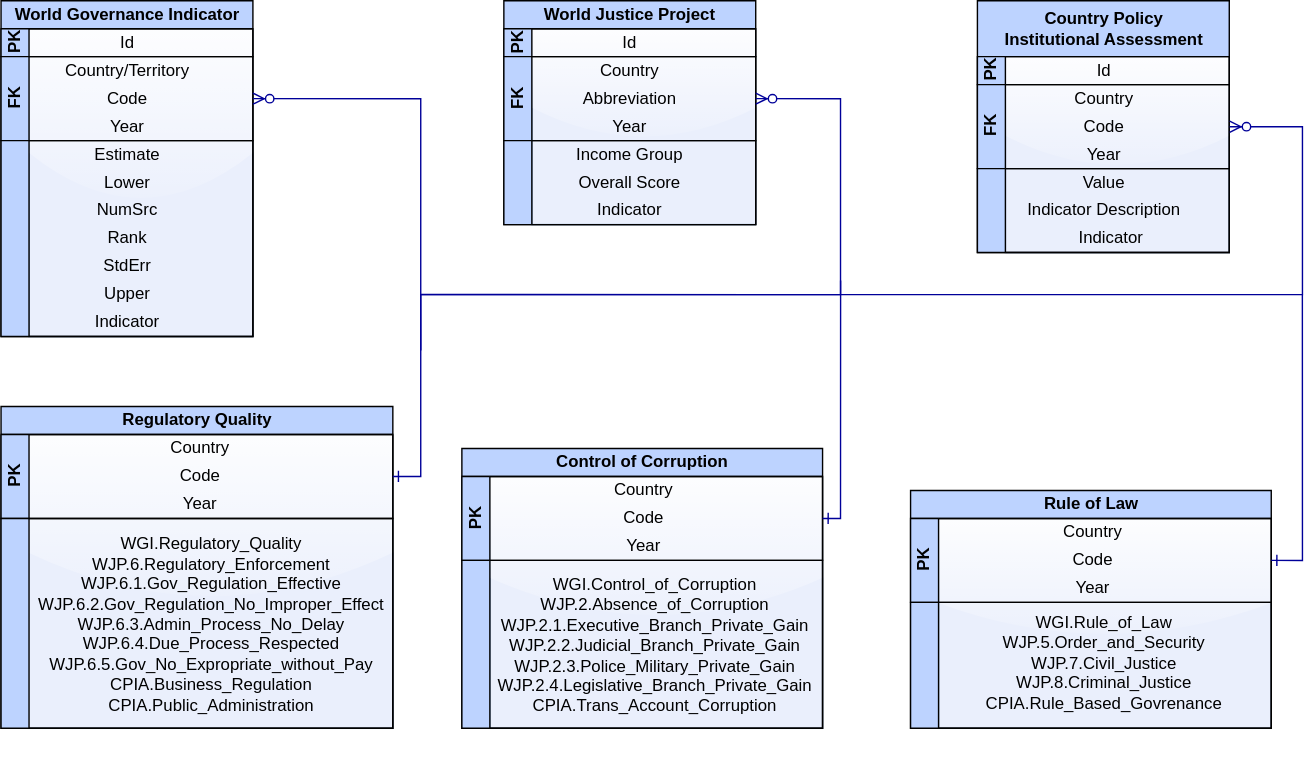
The draw.io diagram pics/Data_Schema.svg in Global-Development-and-Politics-of-Data/Chapter12_Governance, before a commit. Source tidied: cells renumbered, new cells last; positions are measured from the earlier drawing's top-left corner, leaving out a move shared by most shapes.
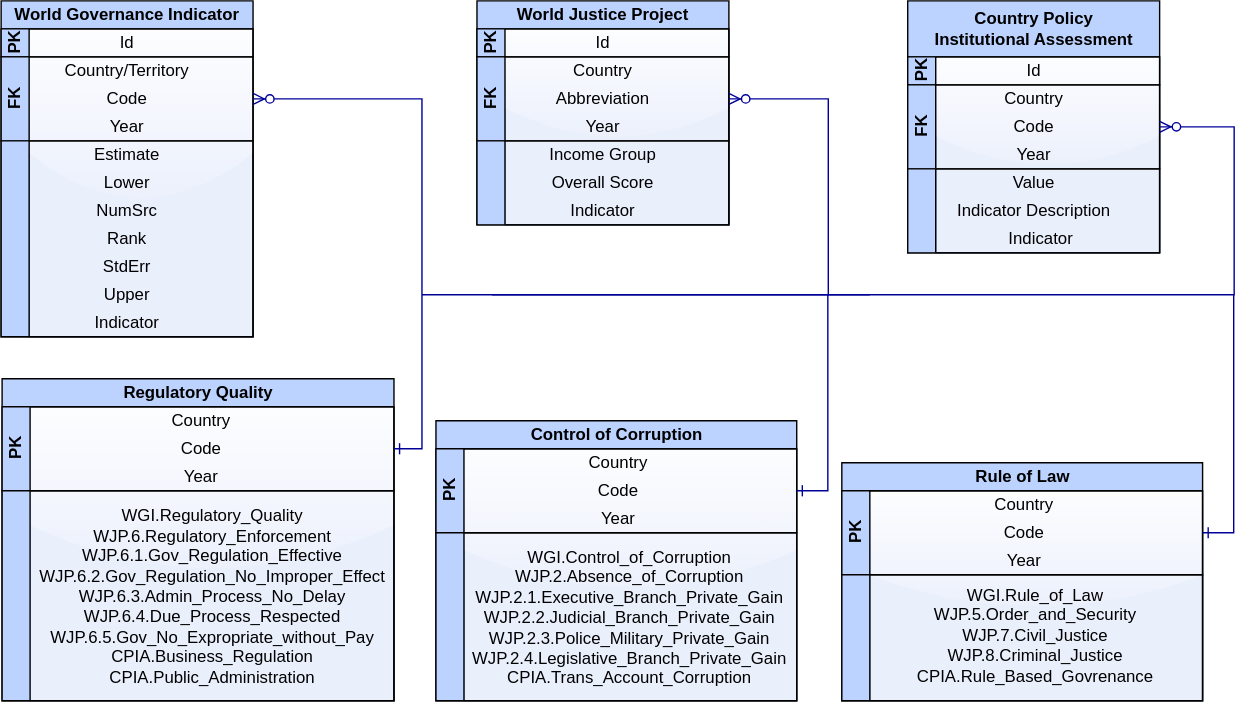
After the change.

Commit message:
upload larger diagrams

Change to the diagram source:
```diff
@@ -3,19 +3,19 @@
     <mxCell id="0" />
     <mxCell id="1" parent="0" />
     <mxCell id="2" style="rounded=0;whiteSpace=wrap;html=1;glass=1;align=center;strokeColor=#6c8ebf;fillColor=#EAEFFC;shadow=0;sketch=0;" parent="1" vertex="1">
-      <mxGeometry x="349.3" y="340" width="237.8" height="180" as="geometry" />
+      <mxGeometry x="330" y="340" width="237.8" height="180" as="geometry" />
     </mxCell>
     <mxCell id="3" style="rounded=0;whiteSpace=wrap;html=1;glass=1;align=center;strokeColor=#6c8ebf;fillColor=#EAEFFC;shadow=0;sketch=0;" parent="1" vertex="1">
-      <mxGeometry x="717.8" y="40" width="160" height="140" as="geometry" />
+      <mxGeometry x="667.1" y="60" width="160" height="140" as="geometry" />
     </mxCell>
     <mxCell id="4" style="rounded=0;whiteSpace=wrap;html=1;glass=1;align=center;strokeColor=#6c8ebf;fillColor=#EAEFFC;shadow=0;sketch=0;" parent="1" vertex="1">
-      <mxGeometry x="379.3" y="20" width="160" height="140" as="geometry" />
+      <mxGeometry x="359.3" y="40" width="160" height="140" as="geometry" />
     </mxCell>
     <mxCell id="5" style="rounded=0;whiteSpace=wrap;html=1;glass=1;align=center;strokeColor=#6c8ebf;fillColor=#EAEFFC;shadow=0;sketch=0;" parent="1" vertex="1">
-      <mxGeometry x="20" y="20" width="160" height="220" as="geometry" />
+      <mxGeometry x="19.3" y="40" width="160" height="220" as="geometry" />
     </mxCell>
     <mxCell id="6" value="World Justice Project" style="swimlane;html=1;horizontal=1;startSize=20;fillColor=#BDD3FF;" parent="1" vertex="1">
-      <mxGeometry x="359.3" width="180" height="160" as="geometry" />
+      <mxGeometry x="339.3" y="20" width="180" height="160" as="geometry" />
     </mxCell>
     <mxCell id="7" value="PK" style="swimlane;html=1;startSize=20;horizontal=0;fillColor=#BDD3FF;" parent="6" vertex="1">
       <mxGeometry y="20" width="180" height="20" as="geometry" />
@@ -48,7 +48,7 @@
       <mxGeometry x="60" y="40" width="60" height="20" as="geometry" />
     </mxCell>
     <mxCell id="17" value="&lt;div&gt;Country Policy&lt;/div&gt;&lt;div&gt;Institutional Assessment&lt;/div&gt;" style="swimlane;html=1;horizontal=1;startSize=40;fillColor=#BDD3FF;" parent="1" vertex="1">
-      <mxGeometry x="697.8" width="180" height="180" as="geometry" />
+      <mxGeometry x="647.1" y="20" width="180" height="180" as="geometry" />
     </mxCell>
     <mxCell id="18" value="PK" style="swimlane;html=1;startSize=20;horizontal=0;fillColor=#BDD3FF;" parent="17" vertex="1">
       <mxGeometry y="40" width="180" height="20" as="geometry" />
@@ -81,7 +81,7 @@
       <mxGeometry x="65" y="40" width="60" height="20" as="geometry" />
     </mxCell>
     <mxCell id="28" value="World Governance Indicator" style="swimlane;html=1;horizontal=1;startSize=20;fillColor=#BDD3FF;" parent="1" vertex="1">
-      <mxGeometry width="180" height="240" as="geometry" />
+      <mxGeometry x="-0.7" y="20" width="180" height="240" as="geometry" />
     </mxCell>
     <mxCell id="29" value="PK" style="swimlane;html=1;startSize=20;horizontal=0;fillColor=#BDD3FF;" parent="28" vertex="1">
       <mxGeometry y="20" width="180" height="20" as="geometry" />
@@ -156,7 +156,7 @@
       <mxGeometry x="14.8" y="70" width="270" height="160" as="geometry" />
     </mxCell>
     <mxCell id="53" style="group;" parent="1" vertex="1">
-      <mxGeometry x="329.3" y="320" width="260" height="200" as="geometry" />
+      <mxGeometry x="310" y="320" width="260" height="200" as="geometry" />
     </mxCell>
     <mxCell id="54" value="Control of Corruption" style="swimlane;html=1;horizontal=1;startSize=20;fillColor=#BDD3FF;" parent="53" vertex="1">
       <mxGeometry width="257.8" height="200" as="geometry" />
@@ -171,7 +171,7 @@
       <mxGeometry x="17.9" y="4" width="240" height="110" as="geometry" />
     </mxCell>
     <mxCell id="58" style="group;" parent="1" vertex="1">
-      <mxGeometry x="429.3" y="340" width="58.7" height="60" as="geometry" />
+      <mxGeometry x="410" y="340" width="58.7" height="60" as="geometry" />
     </mxCell>
     <mxCell id="59" value="Country" style="text;html=1;align=center;verticalAlign=middle;strokeColor=none;" parent="58" vertex="1">
       <mxGeometry width="60" height="20" as="geometry" />
@@ -183,74 +183,72 @@
       <mxGeometry x="9.8" y="40" width="40" height="20" as="geometry" />
     </mxCell>
     <mxCell id="62" style="rounded=0;whiteSpace=wrap;html=1;glass=1;align=center;strokeColor=#6c8ebf;fillColor=#EAEFFC;shadow=0;sketch=0;" parent="1" vertex="1">
-      <mxGeometry x="670" y="370" width="237.8" height="150" as="geometry" />
+      <mxGeometry x="620" y="370" width="237.8" height="150" as="geometry" />
     </mxCell>
-    <mxCell id="63" style="group;" parent="1" vertex="1">
-      <mxGeometry x="650" y="350" width="260" height="200" as="geometry" />
+    <mxCell id="63" value="Rule of Law" style="swimlane;html=1;horizontal=1;startSize=20;fillColor=#BDD3FF;" parent="1" vertex="1">
+      <mxGeometry x="600" y="350" width="257.8" height="170" as="geometry" />
     </mxCell>
-    <mxCell id="64" value="Rule of Law" style="swimlane;html=1;horizontal=1;startSize=20;fillColor=#BDD3FF;" parent="63" vertex="1">
-      <mxGeometry width="257.8" height="170" as="geometry" />
+    <mxCell id="64" value="PK" style="swimlane;html=1;startSize=20;horizontal=0;fillColor=#BDD3FF;" parent="63" vertex="1">
+      <mxGeometry y="20" width="257.8" height="60" as="geometry" />
     </mxCell>
-    <mxCell id="65" value="PK" style="swimlane;html=1;startSize=20;horizontal=0;fillColor=#BDD3FF;" parent="64" vertex="1">
-      <mxGeometry y="20" width="257.8" height="60" as="geometry" />
+    <mxCell id="65" style="swimlane;html=1;startSize=20;horizontal=0;fillColor=#BDD3FF;" parent="63" vertex="1">
+      <mxGeometry y="80" width="257.8" height="90" as="geometry" />
     </mxCell>
-    <mxCell id="66" style="swimlane;html=1;startSize=20;horizontal=0;fillColor=#BDD3FF;" parent="64" vertex="1">
-      <mxGeometry y="80" width="257.8" height="90" as="geometry" />
+    <mxCell id="66" value="&lt;div&gt;WGI.Rule_of_Law&lt;/div&gt;&lt;div&gt;WJP.5.Order_and_Security&lt;/div&gt;&lt;div&gt;WJP.7.Civil_Justice&lt;/div&gt;&lt;div&gt;WJP.8.Criminal_Justice&lt;/div&gt;&lt;div&gt;CPIA.Rule_Based_Govrenance&lt;/div&gt;" style="text;align=center;verticalAlign=top;strokeColor=none;spacing=2;html=1;" parent="65" vertex="1">
+      <mxGeometry x="42.9" y="1" width="190" height="80" as="geometry" />
     </mxCell>
-    <mxCell id="67" value="&lt;div&gt;WGI.Rule_of_Law&lt;/div&gt;&lt;div&gt;WJP.5.Order_and_Security&lt;/div&gt;&lt;div&gt;WJP.7.Civil_Justice&lt;/div&gt;&lt;div&gt;WJP.8.Criminal_Justice&lt;/div&gt;&lt;div&gt;CPIA.Rule_Based_Govrenance&lt;/div&gt;" style="text;align=center;verticalAlign=top;strokeColor=none;spacing=2;html=1;" parent="66" vertex="1">
-      <mxGeometry x="42.9" y="1" width="190" height="80" as="geometry" />
+    <mxCell id="67" style="group;" parent="1" vertex="1">
+      <mxGeometry x="700" y="370" width="58.7" height="60" as="geometry" />
     </mxCell>
-    <mxCell id="68" style="group;" parent="1" vertex="1">
-      <mxGeometry x="750" y="370" width="58.7" height="60" as="geometry" />
+    <mxCell id="68" value="Country" style="text;html=1;align=center;verticalAlign=middle;strokeColor=none;" parent="67" vertex="1">
+      <mxGeometry width="60" height="20" as="geometry" />
     </mxCell>
-    <mxCell id="69" value="Country" style="text;html=1;align=center;verticalAlign=middle;strokeColor=none;" parent="68" vertex="1">
-      <mxGeometry width="60" height="20" as="geometry" />
+    <mxCell id="69" value="Code" style="text;html=1;align=center;verticalAlign=middle;strokeColor=none;" parent="67" vertex="1">
+      <mxGeometry x="9.8" y="20" width="40" height="20" as="geometry" />
     </mxCell>
-    <mxCell id="70" value="Code" style="text;html=1;align=center;verticalAlign=middle;strokeColor=none;" parent="68" vertex="1">
-      <mxGeometry x="9.8" y="20" width="40" height="20" as="geometry" />
+    <mxCell id="70" value="Year" style="text;html=1;align=center;verticalAlign=middle;strokeColor=none;" parent="67" vertex="1">
+      <mxGeometry x="9.8" y="40" width="40" height="20" as="geometry" />
     </mxCell>
-    <mxCell id="71" value="Year" style="text;html=1;align=center;verticalAlign=middle;strokeColor=none;" parent="68" vertex="1">
-      <mxGeometry x="9.8" y="40" width="40" height="20" as="geometry" />
+    <mxCell id="71" style="group;fontColor=#9BADD1;" parent="1" vertex="1">
+      <mxGeometry x="299.3" y="270" width="10" as="geometry" />
     </mxCell>
-    <mxCell id="72" style="group;fontColor=#9BADD1;" parent="1" vertex="1">
-      <mxGeometry x="300" y="250" width="10" as="geometry" />
+    <mxCell id="72" style="edgeStyle=orthogonalEdgeStyle;rounded=0;jettySize=auto;html=1;exitX=1;exitY=0.5;exitDx=0;exitDy=0;entryX=1;entryY=0.5;entryDx=0;entryDy=0;elbow=vertical;endArrow=ERzeroToMany;endFill=1;startArrow=ERone;startFill=0;strokeColor=#000099;" parent="71" edge="1" source="46" target="31">
+      <mxGeometry relative="1" as="geometry" />
     </mxCell>
-    <mxCell id="73" style="edgeStyle=orthogonalEdgeStyle;rounded=0;jettySize=auto;html=1;exitX=1;exitY=0.5;exitDx=0;exitDy=0;entryX=1;entryY=0.5;entryDx=0;entryDy=0;elbow=vertical;endArrow=ERzeroToMany;endFill=1;startArrow=ERone;startFill=0;strokeColor=#000099;" parent="72" edge="1" source="46" target="31">
-      <mxGeometry relative="1" as="geometry" />
+    <mxCell id="73" style="rounded=0;jettySize=auto;html=1;elbow=vertical;endArrow=ERzeroToMany;endFill=1;startArrow=none;startFill=0;strokeColor=#000099;edgeStyle=orthogonalEdgeStyle;entryX=1;entryY=0.5;entryDx=0;entryDy=0;" parent="71" edge="1" target="20">
+      <mxGeometry relative="1" as="geometry">
+        <mxPoint x="0.7" y="-40" as="sourcePoint" />
+        <Array as="points">
+          <mxPoint x="581" y="-40" />
+          <mxPoint x="581" y="-160" />
+        </Array>
+      </mxGeometry>
     </mxCell>
-    <mxCell id="74" style="rounded=0;orthogonalLoop=1;jettySize=auto;html=1;elbow=vertical;endArrow=ERzeroToMany;endFill=1;startArrow=none;startFill=0;strokeColor=#000099;edgeStyle=orthogonalEdgeStyle;" parent="72" edge="1">
+    <mxCell id="74" style="edgeStyle=orthogonalEdgeStyle;rounded=0;jettySize=auto;html=1;entryX=1;entryY=0.5;entryDx=0;entryDy=0;elbow=vertical;endArrow=ERzeroToMany;endFill=1;startArrow=none;startFill=0;strokeColor=#000099;" parent="71" edge="1" target="9">
       <mxGeometry relative="1" as="geometry">
-        <mxPoint as="sourcePoint" />
-        <mxPoint x="578" y="-160" as="targetPoint" />
+        <mxPoint x="50.7" y="-40" as="sourcePoint" />
         <Array as="points">
-          <mxPoint y="-40" />
-          <mxPoint x="630" y="-40" />
-          <mxPoint x="630" y="-160" />
-          <mxPoint x="578" y="-160" />
+          <mxPoint x="291" y="-40" />
+          <mxPoint x="291" y="-180" />
         </Array>
       </mxGeometry>
     </mxCell>
-    <mxCell id="75" style="edgeStyle=orthogonalEdgeStyle;rounded=0;jettySize=auto;html=1;entryX=1;entryY=0.5;entryDx=0;entryDy=0;elbow=vertical;endArrow=ERzeroToMany;endFill=1;startArrow=none;startFill=0;strokeColor=#000099;" parent="72" edge="1" target="9">
+    <mxCell id="75" style="edgeStyle=orthogonalEdgeStyle;rounded=0;jettySize=auto;html=1;exitX=1;exitY=0.5;exitDx=0;exitDy=0;fontColor=#9BADD1;startArrow=ERone;startFill=0;endArrow=none;endFill=0;strokeColor=#000099;" parent="1" edge="1" source="55">
       <mxGeometry relative="1" as="geometry">
-        <mxPoint y="-40" as="sourcePoint" />
+        <mxPoint x="620" y="230" as="targetPoint" />
         <Array as="points">
-          <mxPoint x="300" y="-40" />
-          <mxPoint x="300" y="-180" />
+          <mxPoint x="590" y="370" />
+          <mxPoint x="590" y="230" />
         </Array>
       </mxGeometry>
     </mxCell>
-    <mxCell id="76" style="edgeStyle=orthogonalEdgeStyle;rounded=0;jettySize=auto;html=1;exitX=1;exitY=0.5;exitDx=0;exitDy=0;fontColor=#9BADD1;startArrow=ERone;startFill=0;endArrow=none;endFill=0;strokeColor=#000099;" parent="1" edge="1" source="55">
+    <mxCell id="76" style="edgeStyle=orthogonalEdgeStyle;rounded=0;jettySize=auto;html=1;exitX=1;exitY=0.5;exitDx=0;exitDy=0;fontColor=#9BADD1;startArrow=ERone;startFill=0;endArrow=none;endFill=0;strokeColor=#000099;" parent="1" edge="1" source="64">
       <mxGeometry relative="1" as="geometry">
-        <mxPoint x="600" y="200" as="targetPoint" />
+        <mxPoint x="880" y="230" as="targetPoint" />
         <Array as="points">
-          <mxPoint x="600" y="370" />
+          <mxPoint x="880" y="400" />
         </Array>
       </mxGeometry>
     </mxCell>
-    <mxCell id="77" style="edgeStyle=orthogonalEdgeStyle;rounded=0;jettySize=auto;html=1;exitX=1;exitY=0.5;exitDx=0;exitDy=0;fontColor=#9BADD1;startArrow=ERone;startFill=0;endArrow=none;endFill=0;strokeColor=#000099;" parent="1" edge="1" source="65">
-      <mxGeometry relative="1" as="geometry">
-        <mxPoint x="930" y="210" as="targetPoint" />
-      </mxGeometry>
-    </mxCell>
   </root>
 </mxGraphModel>
```
